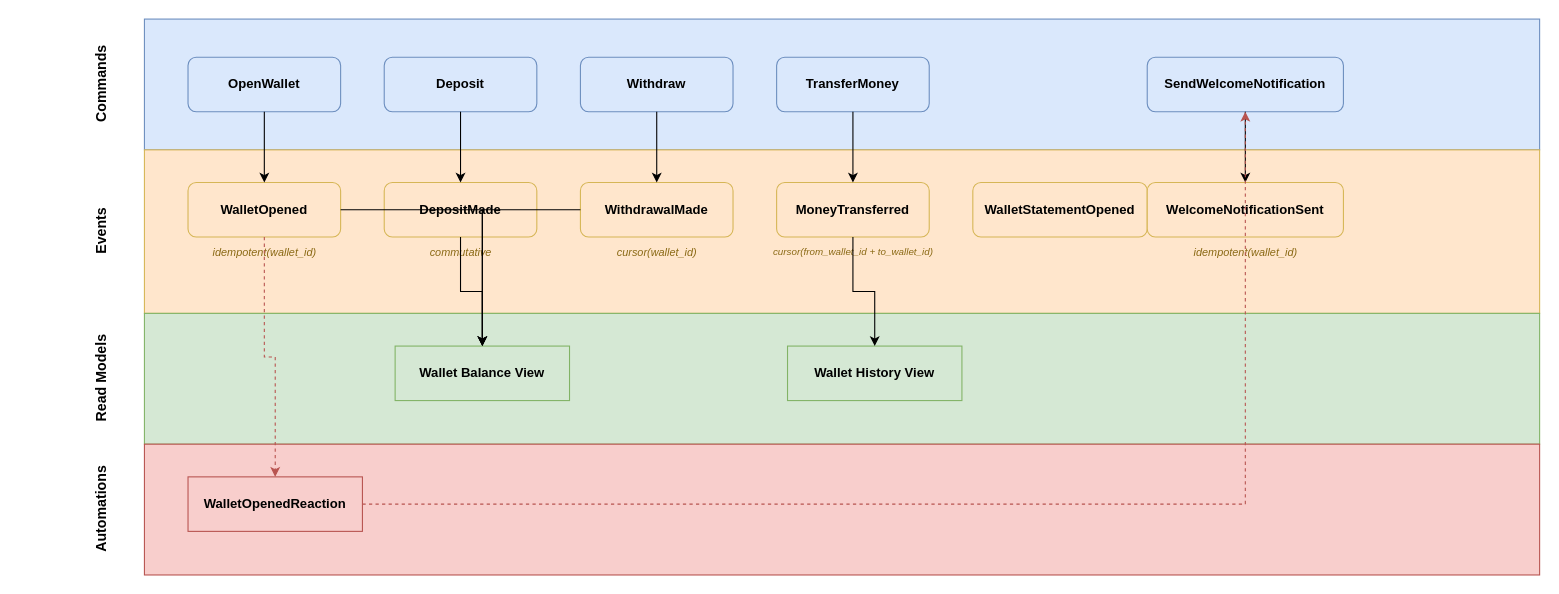
This is shared-examples-domain/docs/wallet-event-model.drawio from rodolfodpk/spring-crablet, a draw.io file, before an edit. Source tidied: cells renumbered, new cells numbered last; positions are measured from the earlier drawing's top-left corner, leaving out a move shared by most shapes. Both pictures are drawn from the tidied source at 109%, with x=0, y=0 at pixel (57, 19).
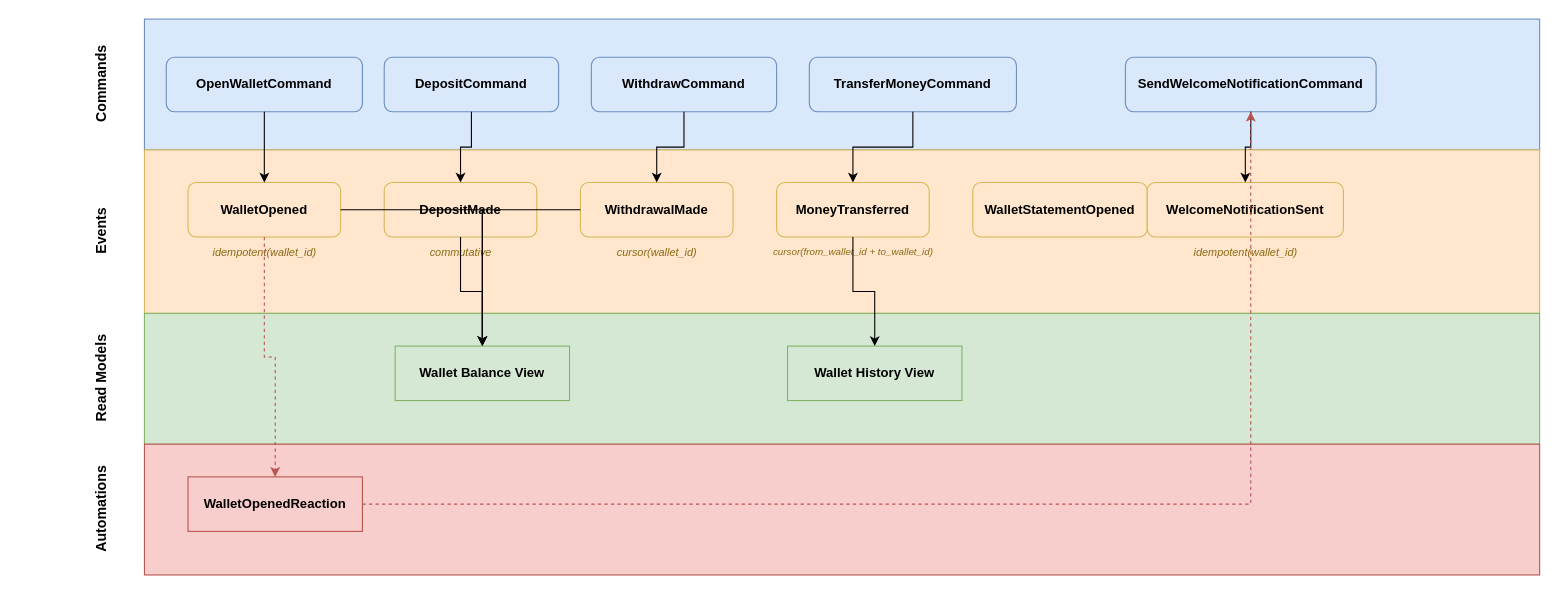
The same page after the edit.

Commit message (it also covers changes not shown here):
docs: update event model command names

Change to the diagram source:
```diff
@@
-    <mxCell id="10" value="OpenWallet" style="rounded=1;whiteSpace=wrap;html=1;fillColor=#dae8fc;strokeColor=#6c8ebf;fontSize=12;fontStyle=1;" parent="1" vertex="1">
-      <mxGeometry x="120" y="35" width="140" height="50" as="geometry" />
+    <mxCell id="10" value="OpenWalletCommand" style="rounded=1;whiteSpace=wrap;html=1;fillColor=#dae8fc;strokeColor=#6c8ebf;fontSize=12;fontStyle=1;" parent="1" vertex="1">
+      <mxGeometry x="100" y="35" width="180" height="50" as="geometry" />
     </mxCell>
-    <mxCell id="11" value="Deposit" style="rounded=1;whiteSpace=wrap;html=1;fillColor=#dae8fc;strokeColor=#6c8ebf;fontSize=12;fontStyle=1;" parent="1" vertex="1">
-      <mxGeometry x="300" y="35" width="140" height="50" as="geometry" />
+    <mxCell id="11" value="DepositCommand" style="rounded=1;whiteSpace=wrap;html=1;fillColor=#dae8fc;strokeColor=#6c8ebf;fontSize=12;fontStyle=1;" parent="1" vertex="1">
+      <mxGeometry x="300" y="35" width="160" height="50" as="geometry" />
     </mxCell>
-    <mxCell id="12" value="Withdraw" style="rounded=1;whiteSpace=wrap;html=1;fillColor=#dae8fc;strokeColor=#6c8ebf;fontSize=12;fontStyle=1;" parent="1" vertex="1">
-      <mxGeometry x="480" y="35" width="140" height="50" as="geometry" />
+    <mxCell id="12" value="WithdrawCommand" style="rounded=1;whiteSpace=wrap;html=1;fillColor=#dae8fc;strokeColor=#6c8ebf;fontSize=12;fontStyle=1;" parent="1" vertex="1">
+      <mxGeometry x="490" y="35" width="170" height="50" as="geometry" />
     </mxCell>
-    <mxCell id="13" value="TransferMoney" style="rounded=1;whiteSpace=wrap;html=1;fillColor=#dae8fc;strokeColor=#6c8ebf;fontSize=12;fontStyle=1;" parent="1" vertex="1">
-      <mxGeometry x="660" y="35" width="140" height="50" as="geometry" />
+    <mxCell id="13" value="TransferMoneyCommand" style="rounded=1;whiteSpace=wrap;html=1;fillColor=#dae8fc;strokeColor=#6c8ebf;fontSize=12;fontStyle=1;" parent="1" vertex="1">
+      <mxGeometry x="690" y="35" width="190" height="50" as="geometry" />
     </mxCell>
-    <mxCell id="14" value="SendWelcomeNotification" style="rounded=1;whiteSpace=wrap;html=1;fillColor=#dae8fc;strokeColor=#6c8ebf;fontSize=12;fontStyle=1;" parent="1" vertex="1">
-      <mxGeometry x="1000" y="35" width="180" height="50" as="geometry" />
+    <mxCell id="14" value="SendWelcomeNotificationCommand" style="rounded=1;whiteSpace=wrap;html=1;fillColor=#dae8fc;strokeColor=#6c8ebf;fontSize=12;fontStyle=1;" parent="1" vertex="1">
+      <mxGeometry x="980" y="35" width="230" height="50" as="geometry" />
     </mxCell>
```
